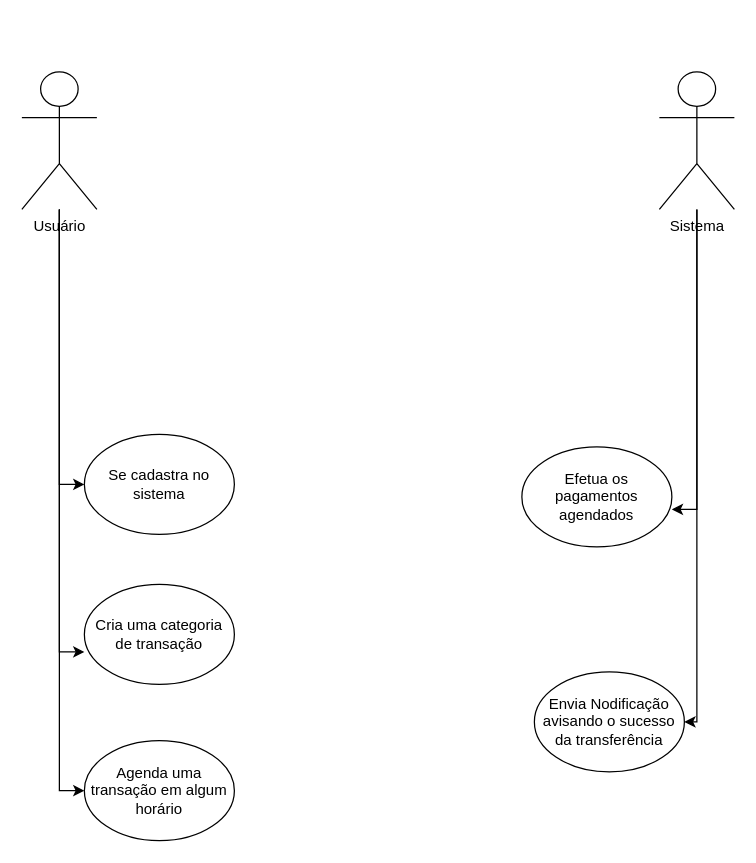
Before: page "Diagrama de casos de uso" (1 of 5) of TrabalhoEngenhariaSoftware.drawio in brunanoroes/Trabalho-eng-soft, a draw.io diagram. Source tidied: cells renumbered, new cells numbered last; positions are measured from the earlier drawing's top-left corner, leaving out a move shared by most shapes. Both pictures are drawn from the tidied source at 125%, with x=0, y=0 at pixel (21, 71).
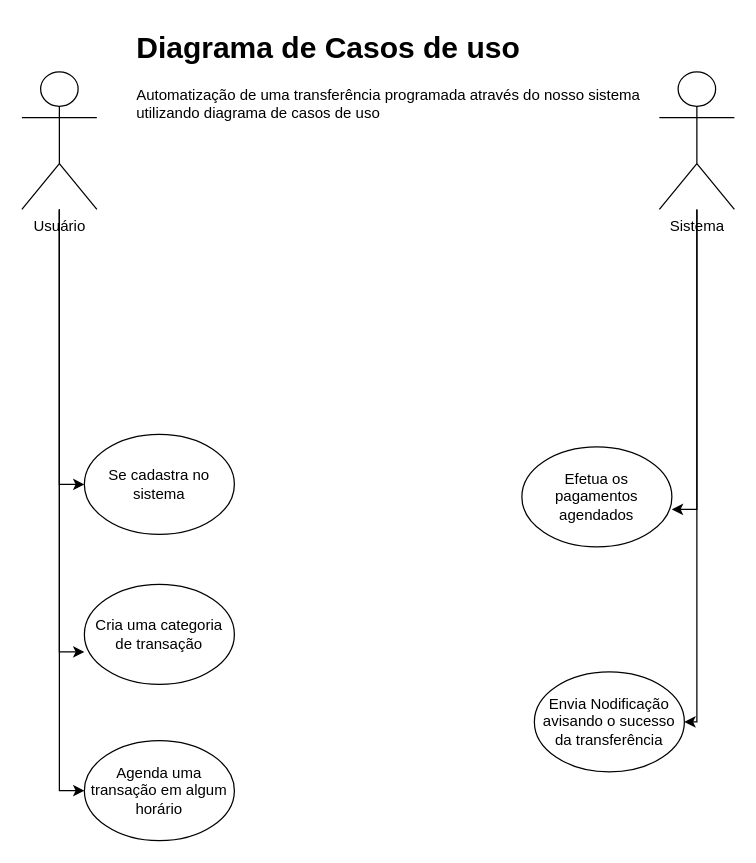
The same page after the edit.

The edit, as a diff of the source:
```diff
@@
 <mxGraphModel>
   <root>
     <mxCell id="0" />
     <mxCell id="1" parent="0" />
     <mxCell id="2" style="edgeStyle=orthogonalEdgeStyle;rounded=0;jettySize=auto;html=1;entryX=0;entryY=0.5;entryDx=0;entryDy=0;" parent="1" edge="1" source="4" target="9">
       <mxGeometry relative="1" as="geometry" />
     </mxCell>
     <mxCell id="3" style="edgeStyle=orthogonalEdgeStyle;rounded=0;jettySize=auto;html=1;entryX=0;entryY=0.5;entryDx=0;entryDy=0;" parent="1" edge="1" source="4" target="7">
       <mxGeometry relative="1" as="geometry" />
     </mxCell>
     <mxCell id="4" value="Usuário" style="shape=umlActor;verticalLabelPosition=bottom;verticalAlign=top;html=1;outlineConnect=0;" parent="1" vertex="1">
       <mxGeometry width="60" height="110" as="geometry" />
     </mxCell>
     <mxCell id="5" style="edgeStyle=orthogonalEdgeStyle;rounded=0;jettySize=auto;html=1;" parent="1" edge="1" source="6" target="12">
       <mxGeometry relative="1" as="geometry">
         <Array as="points">
           <mxPoint x="540" y="520" />
         </Array>
       </mxGeometry>
     </mxCell>
     <mxCell id="6" value="Sistema" style="shape=umlActor;verticalLabelPosition=bottom;verticalAlign=top;html=1;outlineConnect=0;" parent="1" vertex="1">
       <mxGeometry x="510" width="60" height="110" as="geometry" />
     </mxCell>
     <mxCell id="7" value="Se cadastra no sistema" style="ellipse;whiteSpace=wrap;html=1;" parent="1" vertex="1">
       <mxGeometry x="50" y="290" width="120" height="80" as="geometry" />
     </mxCell>
     <mxCell id="8" value="Cria uma categoria de transação" style="ellipse;whiteSpace=wrap;html=1;" parent="1" vertex="1">
       <mxGeometry x="50" y="410" width="120" height="80" as="geometry" />
     </mxCell>
     <mxCell id="9" value="Agenda uma transação em algum horário" style="ellipse;whiteSpace=wrap;html=1;" parent="1" vertex="1">
       <mxGeometry x="50" y="535" width="120" height="80" as="geometry" />
     </mxCell>
     <mxCell id="10" value="Efetua os pagamentos agendados" style="ellipse;whiteSpace=wrap;html=1;" parent="1" vertex="1">
       <mxGeometry x="400" y="300" width="120" height="80" as="geometry" />
     </mxCell>
     <mxCell id="11" style="edgeStyle=orthogonalEdgeStyle;rounded=0;jettySize=auto;html=1;entryX=0;entryY=0.675;entryDx=0;entryDy=0;entryPerimeter=0;" parent="1" edge="1" source="4" target="8">
       <mxGeometry relative="1" as="geometry" />
     </mxCell>
     <mxCell id="12" value="Envia Nodificação avisando o sucesso da transferência" style="ellipse;whiteSpace=wrap;html=1;" parent="1" vertex="1">
       <mxGeometry x="410" y="480" width="120" height="80" as="geometry" />
     </mxCell>
     <mxCell id="13" style="edgeStyle=orthogonalEdgeStyle;rounded=0;jettySize=auto;html=1;entryX=1;entryY=0.625;entryDx=0;entryDy=0;entryPerimeter=0;" parent="1" edge="1" source="6" target="10">
       <mxGeometry relative="1" as="geometry" />
     </mxCell>
+    <mxCell id="14" value="&lt;h1 style=&quot;margin-top: 0px;&quot;&gt;Diagrama de Casos de uso&lt;/h1&gt;&lt;p&gt;Automatização de uma transferência programada através do nosso sistema utilizando diagrama de casos de uso&lt;/p&gt;" style="text;html=1;whiteSpace=wrap;overflow=hidden;rounded=0;" parent="1" vertex="1">
+      <mxGeometry x="90" y="-40" width="420" height="120" as="geometry" />
+    </mxCell>
   </root>
 </mxGraphModel>
```
